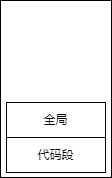
This is CS/语言/C(++)/存储位置、作用域与生命周期.drawio.png from sirius-zyj/Images, a draw.io export, as it was before one commit. Source tidied: cells renumbered, new cells last; positions are measured from the earlier drawing's top-left corner, leaving out a move shared by most shapes. Its diagram source:
```xml
<mxGraphModel background="#ffffff">
  <root>
    <mxCell id="0" />
    <mxCell id="1" parent="0" />
    <mxCell id="2" style="rounded=0;whiteSpace=wrap;html=1;" parent="1" vertex="1">
      <mxGeometry width="111" height="177" as="geometry" />
    </mxCell>
    <mxCell id="3" value="代码段" style="rounded=0;whiteSpace=wrap;html=1;" parent="1" vertex="1">
      <mxGeometry x="6" y="137" width="99" height="35" as="geometry" />
    </mxCell>
    <mxCell id="4" value="全局" style="rounded=0;whiteSpace=wrap;html=1;" parent="1" vertex="1">
      <mxGeometry x="6" y="102" width="99" height="35" as="geometry" />
    </mxCell>
  </root>
</mxGraphModel>
```
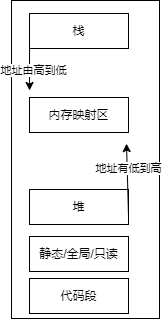
The same diagram one commit later.

Commit message:
更新存储位置、作用域与生命周期.drawio.png

The edit, as a diff of the source:
```diff
@@ -3,13 +3,34 @@
     <mxCell id="0" />
     <mxCell id="1" parent="0" />
     <mxCell id="2" style="rounded=0;whiteSpace=wrap;html=1;" parent="1" vertex="1">
-      <mxGeometry width="111" height="177" as="geometry" />
+      <mxGeometry x="-12" y="-141" width="148" height="318" as="geometry" />
     </mxCell>
     <mxCell id="3" value="代码段" style="rounded=0;whiteSpace=wrap;html=1;" parent="1" vertex="1">
       <mxGeometry x="6" y="137" width="99" height="35" as="geometry" />
     </mxCell>
-    <mxCell id="4" value="全局" style="rounded=0;whiteSpace=wrap;html=1;" parent="1" vertex="1">
-      <mxGeometry x="6" y="102" width="99" height="35" as="geometry" />
+    <mxCell id="4" value="静态/全局/只读" style="rounded=0;whiteSpace=wrap;html=1;" parent="1" vertex="1">
+      <mxGeometry x="6" y="95" width="99" height="35" as="geometry" />
     </mxCell>
+    <mxCell id="5" value="堆" style="rounded=0;whiteSpace=wrap;html=1;" parent="1" vertex="1">
+      <mxGeometry x="6" y="48" width="99" height="35" as="geometry" />
+    </mxCell>
+    <mxCell id="6" style="endArrow=classic;html=1;rounded=0;exitX=1;exitY=0.75;exitDx=0;exitDy=0;entryX=0.777;entryY=0.45;entryDx=0;entryDy=0;entryPerimeter=0;" parent="1" edge="1" source="5" target="2">
+      <mxGeometry relative="1" as="geometry" />
+    </mxCell>
+    <mxCell id="7" value="地址有低到高" style="edgeLabel;html=1;align=center;verticalAlign=middle;" parent="6" vertex="1">
+      <mxGeometry x="0.34" y="-1" relative="1" as="geometry" />
+    </mxCell>
+    <mxCell id="8" value="栈" style="rounded=0;whiteSpace=wrap;html=1;" parent="1" vertex="1">
+      <mxGeometry x="6" y="-128" width="99" height="35" as="geometry" />
+    </mxCell>
+    <mxCell id="9" style="endArrow=classic;html=1;rounded=0;exitX=0;exitY=0.25;exitDx=0;exitDy=0;entryX=0.122;entryY=0.283;entryDx=0;entryDy=0;entryPerimeter=0;" parent="1" edge="1" source="8" target="2">
+      <mxGeometry relative="1" as="geometry" />
+    </mxCell>
+    <mxCell id="10" value="地址由高到低" style="edgeLabel;html=1;align=center;verticalAlign=middle;" parent="9" vertex="1">
+      <mxGeometry x="0.41" y="3" relative="1" as="geometry" />
+    </mxCell>
+    <mxCell id="11" value="内存映射区" style="rounded=0;whiteSpace=wrap;html=1;" parent="1" vertex="1">
+      <mxGeometry x="6" y="-44" width="99" height="35" as="geometry" />
+    </mxCell>
   </root>
 </mxGraphModel>
```
